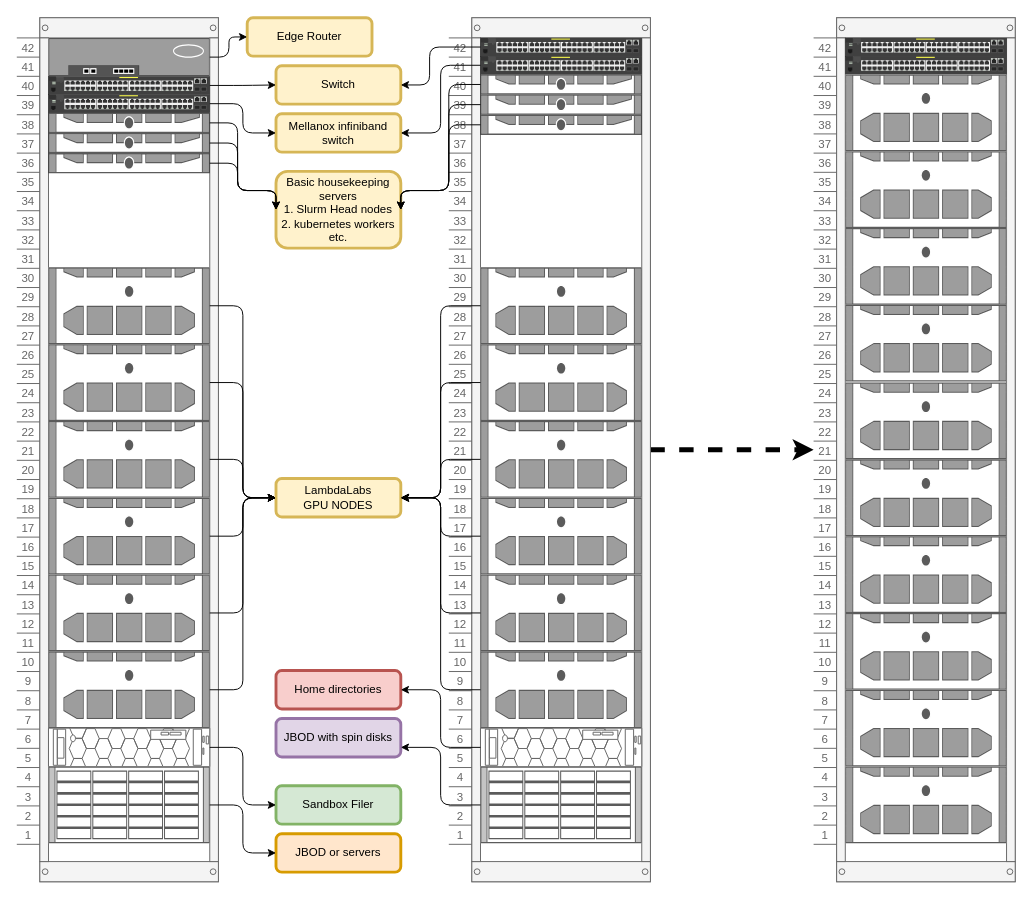
brt-bhargav/harvest keeps this draw.io diagram as docs/design/rack_layout.drawio. Above is the earlier version. Source tidied: cells renumbered, new cells numbered last; positions are measured from the earlier drawing's top-left corner, leaving out a move shared by most shapes. Both pictures are drawn from the tidied source at 96%, with x=0, y=0 at pixel (16, 17).
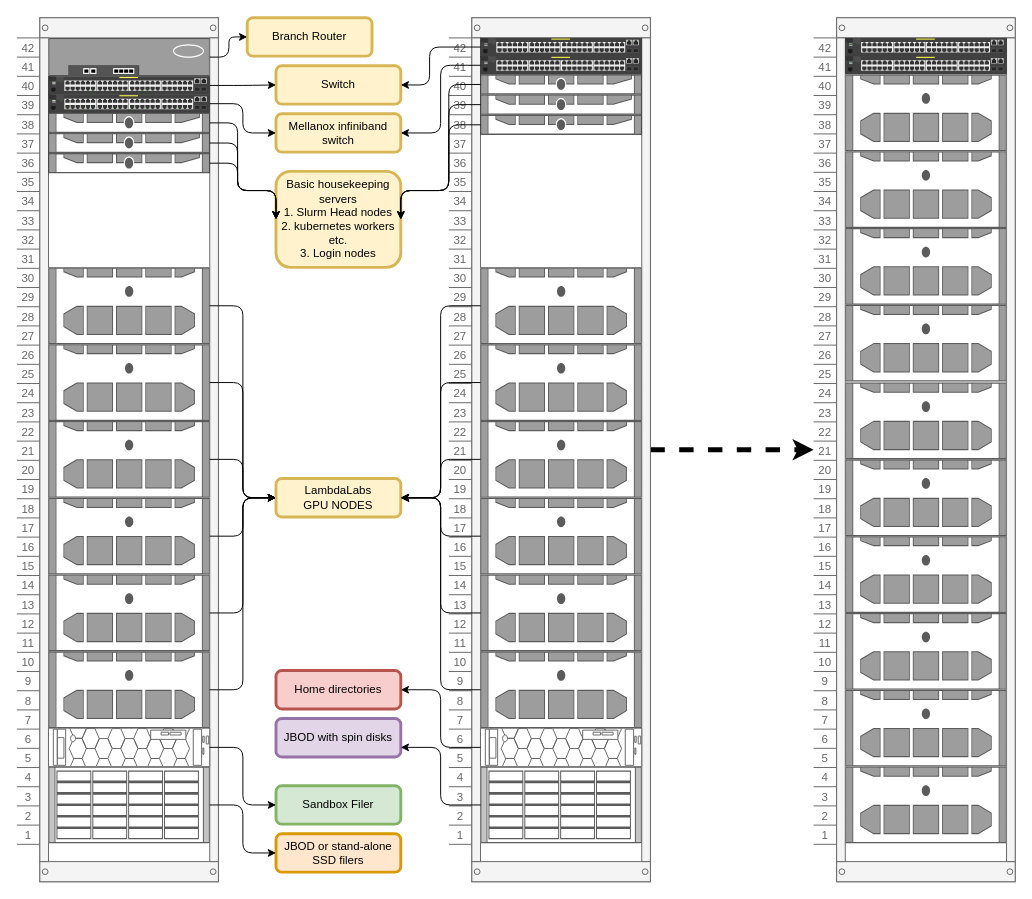
After the change.

Commit message:
changes to Rack layout

What changed in the source:
```diff
@@
-    <mxCell id="47" value="JBOD or servers" style="text;html=1;strokeColor=#d79b00;align=center;verticalAlign=middle;whiteSpace=wrap;rounded=1;arcSize=15;fillColor=#ffe6cc;strokeWidth=3;" parent="1" vertex="1">
+    <mxCell id="47" value="JBOD or stand-alone SSD filers" style="text;html=1;strokeColor=#d79b00;align=center;verticalAlign=middle;whiteSpace=wrap;rounded=1;arcSize=15;fillColor=#ffe6cc;strokeWidth=3;" parent="1" vertex="1">
       <mxGeometry x="270" y="850" width="130" height="40" as="geometry" />
     </mxCell>
@@
-    <mxCell id="53" value="Edge Router" style="text;html=1;strokeColor=#d6b656;align=center;verticalAlign=middle;whiteSpace=wrap;rounded=1;arcSize=15;fillColor=#fff2cc;strokeWidth=3;" parent="1" vertex="1">
+    <mxCell id="53" value="Branch Router" style="text;html=1;strokeColor=#d6b656;align=center;verticalAlign=middle;whiteSpace=wrap;rounded=1;arcSize=15;fillColor=#fff2cc;strokeWidth=3;" parent="1" vertex="1">
       <mxGeometry x="240" width="130" height="40" as="geometry" />
     </mxCell>
@@
-    <mxCell id="61" value="Basic housekeeping servers&lt;br&gt;1. Slurm Head nodes&lt;br&gt;2. kubernetes workers&lt;br&gt;etc." style="text;html=1;strokeColor=#d6b656;align=center;verticalAlign=middle;whiteSpace=wrap;rounded=1;arcSize=15;fillColor=#fff2cc;strokeWidth=3;" parent="1" vertex="1">
-      <mxGeometry x="270" y="160" width="130" height="80" as="geometry" />
+    <mxCell id="61" value="Basic housekeeping servers&lt;br&gt;1. Slurm Head nodes&lt;br&gt;2. kubernetes workers&lt;br&gt;etc.&lt;br&gt;3. Login nodes" style="text;html=1;strokeColor=#d6b656;align=center;verticalAlign=middle;whiteSpace=wrap;rounded=1;arcSize=15;fillColor=#fff2cc;strokeWidth=3;" parent="1" vertex="1">
+      <mxGeometry x="270" y="160" width="130" height="100" as="geometry" />
     </mxCell>
```
